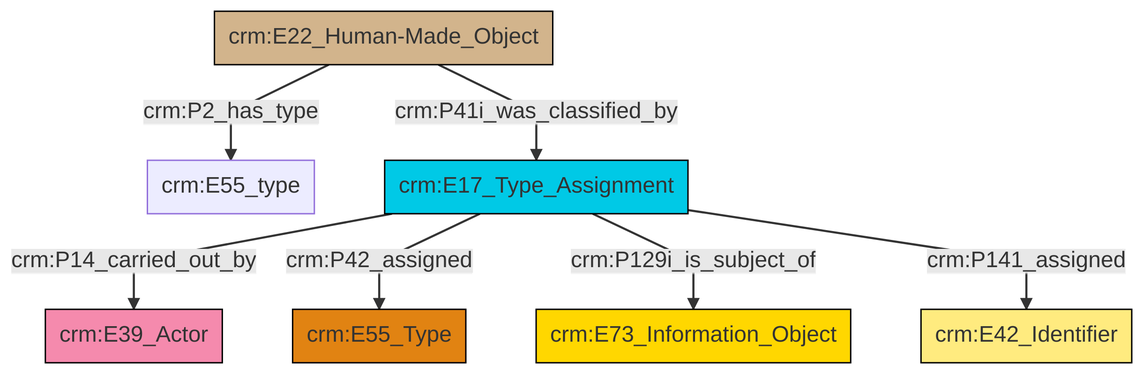
The Mermaid diagram et/builtWorkCSV/ttl/mmd/png/Built_Work_designation_status.png in swiss-art-research-net/reference-data-models, before a commit. Its source is kept beside it as et/builtWorkCSV/ttl/mmd/Built_Work_designation_status.ttl.mmd.
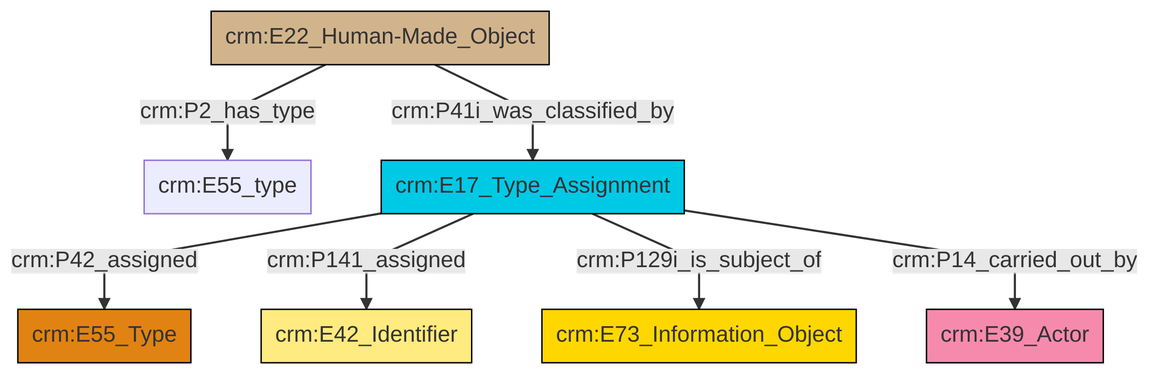
After the commit.

The edit, as a diff of the source:
```diff
@@ -13,9 +13,9 @@
 classDef PC_Classes fill:#4ce600, stroke:#000000;
 classDef Multi fill:#cccccc,stroke:#000000;
 
-0["crm:E22_Human-Made_Object"]:::Physical_Thing -->|crm:P2_has_type| 1["crm:E55_type"]:::Default
-0["crm:E22_Human-Made_Object"]:::Physical_Thing -->|crm:P41i_was_classified_by| 5["crm:E17_Type_Assignment"]:::Temporal_Entity
-5["crm:E17_Type_Assignment"]:::Temporal_Entity -->|crm:P14_carried_out_by| 11["crm:E39_Actor"]:::Actor
-5["crm:E17_Type_Assignment"]:::Temporal_Entity -->|crm:P42_assigned| 9["crm:E55_Type"]:::Type
-5["crm:E17_Type_Assignment"]:::Temporal_Entity -->|crm:P129i_is_subject_of| 6["crm:E73_Information_Object"]:::Conceptual_Object
-5["crm:E17_Type_Assignment"]:::Temporal_Entity -->|crm:P141_assigned| 3["crm:E42_Identifier"]:::Appellation
+2["crm:E17_Type_Assignment"]:::Temporal_Entity -->|crm:P42_assigned| 3["crm:E55_Type"]:::Type
+4["crm:E22_Human-Made_Object"]:::Physical_Thing -->|crm:P2_has_type| 0["crm:E55_type"]:::Default
+2["crm:E17_Type_Assignment"]:::Temporal_Entity -->|crm:P141_assigned| 7["crm:E42_Identifier"]:::Appellation
+2["crm:E17_Type_Assignment"]:::Temporal_Entity -->|crm:P129i_is_subject_of| 8["crm:E73_Information_Object"]:::Conceptual_Object
+2["crm:E17_Type_Assignment"]:::Temporal_Entity -->|crm:P14_carried_out_by| 5["crm:E39_Actor"]:::Actor
+4["crm:E22_Human-Made_Object"]:::Physical_Thing -->|crm:P41i_was_classified_by| 2["crm:E17_Type_Assignment"]:::Temporal_Entity
```
